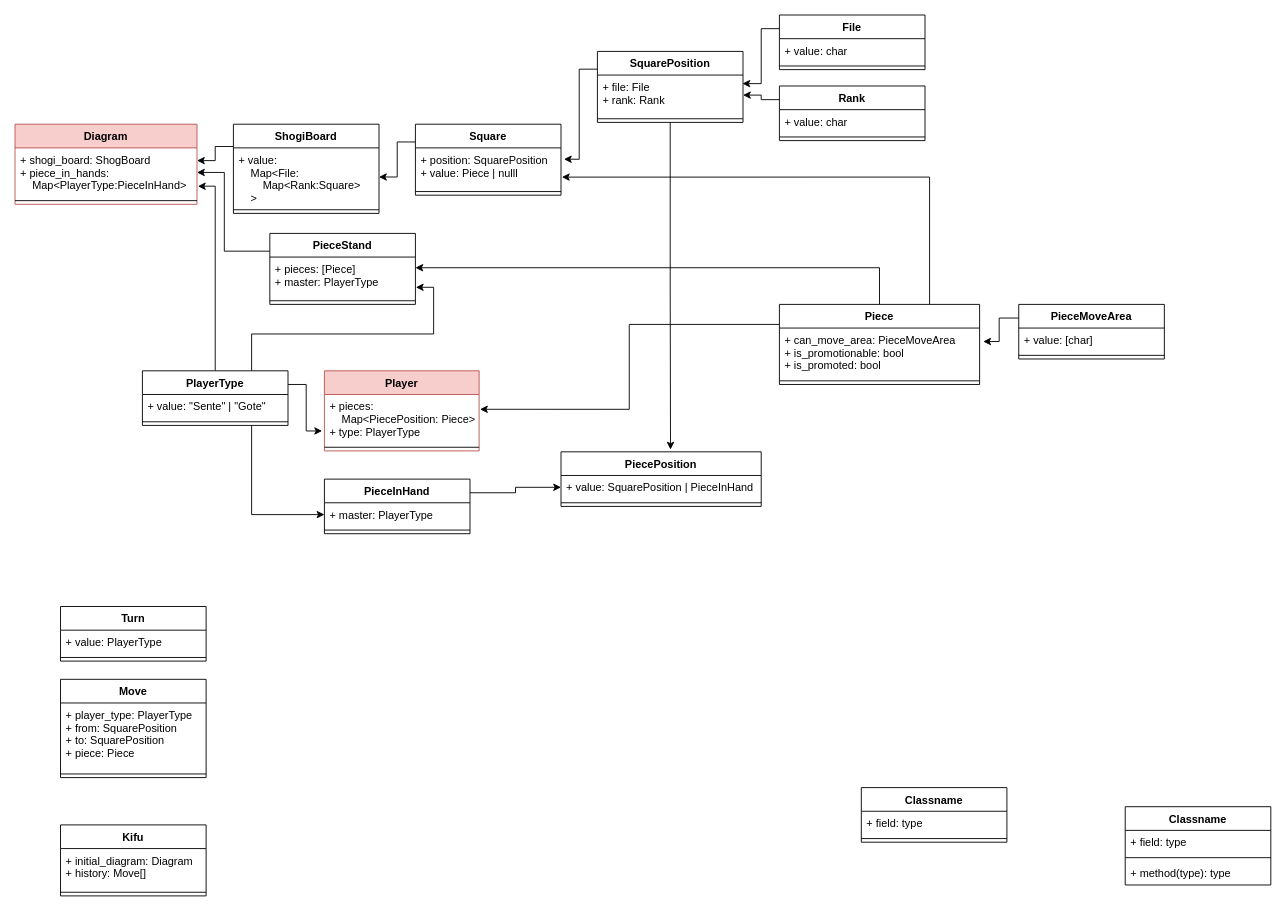
Before: page "クラス図" (4 of 6) of システム関連図.drawio in HaruyaFujimoto/ts-shogi-docs, a draw.io diagram. Source tidied: cells renumbered, new cells numbered last; positions are measured from the earlier drawing's top-left corner, leaving out a move shared by most shapes. Both pictures are drawn from the tidied source at 91%, with x=0, y=0 at pixel (15, 15).
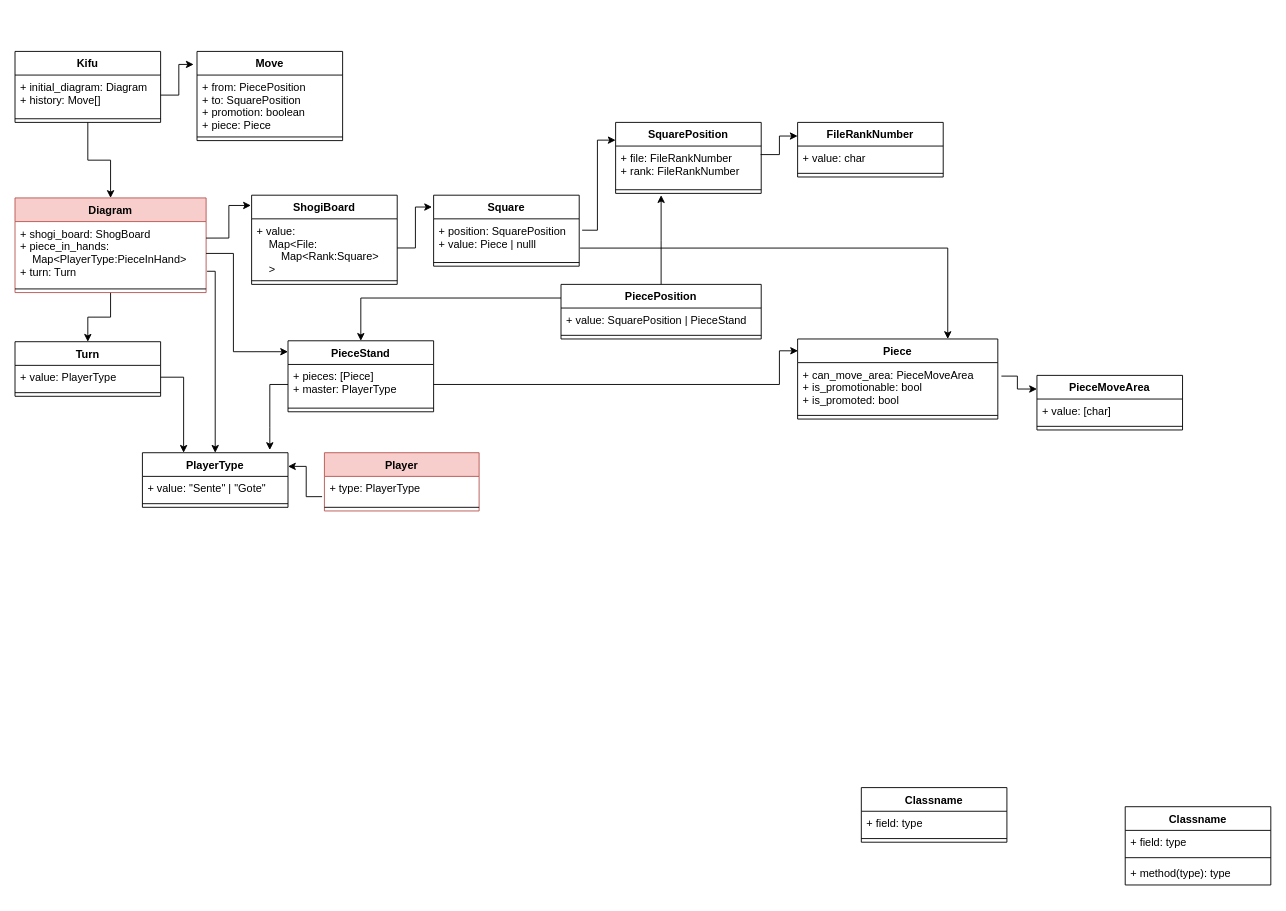
Above is the later version.

Commit message:
Update システム関連図.drawio

The change refers to these unchanged cells:
```xml
<mxCell id="6" value="+ can_move_area: PieceMoveArea&#10;+ is_promotionable: bool&#10;+ is_promoted: bool" style="text;strokeColor=none;fillColor=none;align=left;verticalAlign=top;spacingLeft=4;spacingRight=4;overflow=hidden;points=[[0,0.5],[1,0.5]];portConstraint=eastwest;" parent="5" vertex="1">
  <mxGeometry y="26" width="220" height="54" as="geometry" />
</mxCell>
<mxCell id="10" value="+ value: &#10;    Map&lt;File:&#10;        Map&lt;Rank:Square&gt;&#10;    &gt;" style="text;strokeColor=none;fillColor=none;align=left;verticalAlign=top;spacingLeft=4;spacingRight=4;overflow=hidden;points=[[0,0.5],[1,0.5]];portConstraint=eastwest;" parent="9" vertex="1">
  <mxGeometry y="26" width="160" height="64" as="geometry" />
</mxCell>
<mxCell id="14" value="+ position: SquarePosition&#10;+ value: Piece | nulll" style="text;strokeColor=none;fillColor=none;align=left;verticalAlign=top;spacingLeft=4;spacingRight=4;overflow=hidden;points=[[0,0.5],[1,0.5]];portConstraint=eastwest;" parent="13" vertex="1">
  <mxGeometry y="26" width="160" height="44" as="geometry" />
</mxCell>
<mxCell id="25" value="+ value: PlayerType" style="text;strokeColor=none;fillColor=none;align=left;verticalAlign=top;spacingLeft=4;spacingRight=4;overflow=hidden;points=[[0,0.5],[1,0.5]];portConstraint=eastwest;" parent="24" vertex="1">
  <mxGeometry y="26" width="160" height="26" as="geometry" />
</mxCell>
<mxCell id="29" value="+ pieces: [Piece]&#10;+ master: PlayerType" style="text;strokeColor=none;fillColor=none;align=left;verticalAlign=top;spacingLeft=4;spacingRight=4;overflow=hidden;points=[[0,0.5],[1,0.5]];portConstraint=eastwest;" parent="28" vertex="1">
  <mxGeometry y="26" width="160" height="44" as="geometry" />
</mxCell>
<mxCell id="64" value="+ initial_diagram: Diagram&#10;+ history: Move[]" style="text;strokeColor=none;fillColor=none;align=left;verticalAlign=top;spacingLeft=4;spacingRight=4;overflow=hidden;points=[[0,0.5],[1,0.5]];portConstraint=eastwest;" parent="63" vertex="1">
  <mxGeometry y="26" width="160" height="44" as="geometry" />
</mxCell>
```

Change to the diagram source:
```diff
@@
-    <mxCell id="2" style="edgeStyle=orthogonalEdgeStyle;rounded=0;jettySize=auto;html=1;exitX=0.5;exitY=0;exitDx=0;exitDy=0;entryX=1;entryY=0.266;entryDx=0;entryDy=0;entryPerimeter=0;" parent="1" edge="1" source="5" target="29">
-      <mxGeometry relative="1" as="geometry" />
-    </mxCell>
-    <mxCell id="3" style="edgeStyle=orthogonalEdgeStyle;rounded=0;jettySize=auto;html=1;exitX=0;exitY=0.25;exitDx=0;exitDy=0;entryX=1.006;entryY=0.301;entryDx=0;entryDy=0;entryPerimeter=0;" parent="1" edge="1" source="5" target="32">
-      <mxGeometry relative="1" as="geometry" />
-    </mxCell>
-    <mxCell id="4" style="edgeStyle=orthogonalEdgeStyle;rounded=0;jettySize=auto;html=1;exitX=0.75;exitY=0;exitDx=0;exitDy=0;entryX=1.006;entryY=0.73;entryDx=0;entryDy=0;entryPerimeter=0;" parent="1" edge="1" source="5" target="14">
-      <mxGeometry relative="1" as="geometry" />
-    </mxCell>
     <mxCell id="5" value="Piece" style="swimlane;fontStyle=1;align=center;verticalAlign=top;horizontal=1;startSize=26;" parent="1" vertex="1">
-      <mxGeometry x="840" y="318" width="220" height="88" as="geometry" />
+      <mxGeometry x="860" y="356" width="220" height="88" as="geometry" />
     </mxCell>
@@
-    <mxCell id="8" style="edgeStyle=orthogonalEdgeStyle;rounded=0;jettySize=auto;html=1;exitX=0;exitY=0.25;exitDx=0;exitDy=0;entryX=1;entryY=0.259;entryDx=0;entryDy=0;entryPerimeter=0;" parent="1" edge="1" source="9" target="61">
-      <mxGeometry relative="1" as="geometry" />
-    </mxCell>
     <mxCell id="9" value="ShogiBoard" style="swimlane;fontStyle=1;align=center;verticalAlign=top;horizontal=1;startSize=26;" parent="1" vertex="1">
-      <mxGeometry x="240" y="120" width="160" height="98" as="geometry" />
+      <mxGeometry x="260" y="198" width="160" height="98" as="geometry" />
     </mxCell>
@@
-    <mxCell id="12" style="edgeStyle=orthogonalEdgeStyle;rounded=0;jettySize=auto;html=1;exitX=0;exitY=0.25;exitDx=0;exitDy=0;entryX=1;entryY=0.5;entryDx=0;entryDy=0;" parent="1" edge="1" source="13" target="10">
-      <mxGeometry relative="1" as="geometry" />
-    </mxCell>
     <mxCell id="13" value="Square" style="swimlane;fontStyle=1;align=center;verticalAlign=top;horizontal=1;startSize=26;" parent="1" vertex="1">
-      <mxGeometry x="440" y="120" width="160" height="78" as="geometry" />
+      <mxGeometry x="460" y="198" width="160" height="78" as="geometry" />
     </mxCell>
@@
-    <mxCell id="20" style="edgeStyle=orthogonalEdgeStyle;rounded=0;jettySize=auto;html=1;exitX=0;exitY=0.25;exitDx=0;exitDy=0;entryX=1.018;entryY=0.274;entryDx=0;entryDy=0;entryPerimeter=0;" parent="1" edge="1" source="21" target="6">
-      <mxGeometry relative="1" as="geometry" />
-    </mxCell>
     <mxCell id="21" value="PieceMoveArea" style="swimlane;fontStyle=1;align=center;verticalAlign=top;horizontal=1;startSize=26;" parent="1" vertex="1">
-      <mxGeometry x="1103" y="318" width="160" height="60" as="geometry" />
+      <mxGeometry x="1123" y="396" width="160" height="60" as="geometry" />
     </mxCell>
@@
     <mxCell id="24" value="Turn" style="swimlane;fontStyle=1;align=center;verticalAlign=top;horizontal=1;startSize=26;" parent="1" vertex="1">
-      <mxGeometry x="50" y="650" width="160" height="60" as="geometry" />
+      <mxGeometry y="359" width="160" height="60" as="geometry" />
     </mxCell>
@@
-    <mxCell id="27" style="edgeStyle=orthogonalEdgeStyle;rounded=0;jettySize=auto;html=1;exitX=0;exitY=0.25;exitDx=0;exitDy=0;entryX=1;entryY=0.5;entryDx=0;entryDy=0;" parent="1" edge="1" source="28" target="61">
-      <mxGeometry relative="1" as="geometry">
-        <Array as="points">
-          <mxPoint x="230" y="260" />
-          <mxPoint x="230" y="173" />
-        </Array>
-      </mxGeometry>
-    </mxCell>
     <mxCell id="28" value="PieceStand" style="swimlane;fontStyle=1;align=center;verticalAlign=top;horizontal=1;startSize=26;" parent="1" vertex="1">
-      <mxGeometry x="280" y="240" width="160" height="78" as="geometry" />
+      <mxGeometry x="300" y="358" width="160" height="78" as="geometry" />
     </mxCell>
@@
     <mxCell id="31" value="Player" style="swimlane;fontStyle=1;align=center;verticalAlign=top;horizontal=1;startSize=26;fillColor=#f8cecc;strokeColor=#b85450;" parent="1" vertex="1">
-      <mxGeometry x="340" y="391" width="170" height="88" as="geometry" />
+      <mxGeometry x="340" y="481" width="170" height="64" as="geometry" />
     </mxCell>
-    <mxCell id="32" value="+ pieces:&#10;    Map&lt;PiecePosition: Piece&gt;&#10;+ type: PlayerType" style="text;strokeColor=none;fillColor=none;align=left;verticalAlign=top;spacingLeft=4;spacingRight=4;overflow=hidden;points=[[0,0.5],[1,0.5]];portConstraint=eastwest;" parent="31" vertex="1">
-      <mxGeometry y="26" width="170" height="54" as="geometry" />
+    <mxCell id="32" value="+ type: PlayerType" style="text;strokeColor=none;fillColor=none;align=left;verticalAlign=top;spacingLeft=4;spacingRight=4;overflow=hidden;points=[[0,0.5],[1,0.5]];portConstraint=eastwest;" parent="31" vertex="1">
+      <mxGeometry y="26" width="170" height="30" as="geometry" />
     </mxCell>
     <mxCell id="33" style="line;strokeWidth=1;fillColor=none;align=left;verticalAlign=middle;spacingTop=-1;spacingLeft=3;spacingRight=3;labelPosition=right;" parent="31" vertex="1">
-      <mxGeometry y="80" width="170" height="8" as="geometry" />
+      <mxGeometry y="56" width="170" height="8" as="geometry" />
     </mxCell>
-    <mxCell id="34" style="edgeStyle=orthogonalEdgeStyle;rounded=0;jettySize=auto;html=1;exitX=1;exitY=0.25;exitDx=0;exitDy=0;entryX=-0.015;entryY=0.742;entryDx=0;entryDy=0;entryPerimeter=0;" parent="1" edge="1" source="38" target="32">
-      <mxGeometry relative="1" as="geometry" />
-    </mxCell>
-    <mxCell id="35" style="edgeStyle=orthogonalEdgeStyle;rounded=0;jettySize=auto;html=1;exitX=0.75;exitY=0;exitDx=0;exitDy=0;entryX=1.003;entryY=0.755;entryDx=0;entryDy=0;entryPerimeter=0;" parent="1" edge="1" source="38" target="29">
-      <mxGeometry relative="1" as="geometry" />
-    </mxCell>
-    <mxCell id="36" style="edgeStyle=orthogonalEdgeStyle;rounded=0;jettySize=auto;html=1;exitX=0.5;exitY=0;exitDx=0;exitDy=0;entryX=1.005;entryY=0.78;entryDx=0;entryDy=0;entryPerimeter=0;" parent="1" edge="1" source="38" target="61">
-      <mxGeometry relative="1" as="geometry" />
-    </mxCell>
-    <mxCell id="37" style="edgeStyle=orthogonalEdgeStyle;rounded=0;jettySize=auto;html=1;exitX=0.75;exitY=1;exitDx=0;exitDy=0;entryX=0;entryY=0.5;entryDx=0;entryDy=0;" parent="1" edge="1" source="38" target="71">
-      <mxGeometry relative="1" as="geometry" />
-    </mxCell>
     <mxCell id="38" value="PlayerType" style="swimlane;fontStyle=1;align=center;verticalAlign=top;horizontal=1;startSize=26;" parent="1" vertex="1">
-      <mxGeometry x="140" y="391" width="160" height="60" as="geometry" />
+      <mxGeometry x="140" y="481" width="160" height="60" as="geometry" />
     </mxCell>
@@
     <mxCell id="44" value="Move" style="swimlane;fontStyle=1;align=center;verticalAlign=top;horizontal=1;startSize=26;" parent="1" vertex="1">
-      <mxGeometry x="50" y="730" width="160" height="108" as="geometry" />
+      <mxGeometry x="200" y="40" width="160" height="98" as="geometry" />
     </mxCell>
-    <mxCell id="45" value="+ player_type: PlayerType&#10;+ from: SquarePosition&#10;+ to: SquarePosition&#10;+ piece: Piece" style="text;strokeColor=none;fillColor=none;align=left;verticalAlign=top;spacingLeft=4;spacingRight=4;overflow=hidden;" parent="44" vertex="1">
-      <mxGeometry y="26" width="160" height="74" as="geometry" />
+    <mxCell id="45" value="+ from: PiecePosition&#10;+ to: SquarePosition&#10;+ promotion: boolean&#10;+ piece: Piece" style="text;strokeColor=none;fillColor=none;align=left;verticalAlign=top;spacingLeft=4;spacingRight=4;overflow=hidden;" parent="44" vertex="1">
+      <mxGeometry y="26" width="160" height="64" as="geometry" />
     </mxCell>
     <mxCell id="46" style="line;strokeWidth=1;fillColor=none;align=left;verticalAlign=middle;spacingTop=-1;spacingLeft=3;spacingRight=3;labelPosition=right;" parent="44" vertex="1">
-      <mxGeometry y="100" width="160" height="8" as="geometry" />
+      <mxGeometry y="90" width="160" height="8" as="geometry" />
     </mxCell>
-    <mxCell id="47" style="edgeStyle=orthogonalEdgeStyle;rounded=0;jettySize=auto;html=1;exitX=0;exitY=0.25;exitDx=0;exitDy=0;entryX=1.02;entryY=0.283;entryDx=0;entryDy=0;entryPerimeter=0;" parent="1" edge="1" source="49" target="14">
-      <mxGeometry relative="1" as="geometry" />
-    </mxCell>
-    <mxCell id="48" style="edgeStyle=orthogonalEdgeStyle;rounded=0;jettySize=auto;html=1;exitX=0.5;exitY=1;exitDx=0;exitDy=0;entryX=0.547;entryY=-0.041;entryDx=0;entryDy=0;entryPerimeter=0;" parent="1" edge="1" source="49" target="66">
-      <mxGeometry relative="1" as="geometry" />
-    </mxCell>
     <mxCell id="49" value="SquarePosition" style="swimlane;fontStyle=1;align=center;verticalAlign=top;horizontal=1;startSize=26;" parent="1" vertex="1">
-      <mxGeometry x="640" y="40" width="160" height="78" as="geometry" />
+      <mxGeometry x="660" y="118" width="160" height="78" as="geometry" />
     </mxCell>
-    <mxCell id="50" value="+ file: File&#10;+ rank: Rank" style="text;strokeColor=none;fillColor=none;align=left;verticalAlign=top;spacingLeft=4;spacingRight=4;overflow=hidden;points=[[0,0.5],[1,0.5]];portConstraint=eastwest;" parent="49" vertex="1">
+    <mxCell id="50" value="+ file: FileRankNumber&#10;+ rank: FileRankNumber" style="text;strokeColor=none;fillColor=none;align=left;verticalAlign=top;spacingLeft=4;spacingRight=4;overflow=hidden;points=[[0,0.5],[1,0.5]];portConstraint=eastwest;" parent="49" vertex="1">
       <mxGeometry y="26" width="160" height="44" as="geometry" />
     </mxCell>
@@
-    <mxCell id="52" style="edgeStyle=orthogonalEdgeStyle;rounded=0;jettySize=auto;html=1;exitX=0;exitY=0.25;exitDx=0;exitDy=0;entryX=1;entryY=0.5;entryDx=0;entryDy=0;" parent="1" edge="1" source="53" target="50">
-      <mxGeometry relative="1" as="geometry" />
-    </mxCell>
-    <mxCell id="53" value="Rank" style="swimlane;fontStyle=1;align=center;verticalAlign=top;horizontal=1;startSize=26;" parent="1" vertex="1">
-      <mxGeometry x="840" y="78" width="160" height="60" as="geometry" />
-    </mxCell>
-    <mxCell id="54" value="+ value: char" style="text;strokeColor=none;fillColor=none;align=left;verticalAlign=top;spacingLeft=4;spacingRight=4;overflow=hidden;" parent="53" vertex="1">
-      <mxGeometry y="26" width="160" height="26" as="geometry" />
-    </mxCell>
-    <mxCell id="55" style="line;strokeWidth=1;fillColor=none;align=left;verticalAlign=middle;spacingTop=-1;spacingLeft=3;spacingRight=3;labelPosition=right;" parent="53" vertex="1">
-      <mxGeometry y="52" width="160" height="8" as="geometry" />
-    </mxCell>
-    <mxCell id="56" style="edgeStyle=orthogonalEdgeStyle;rounded=0;jettySize=auto;html=1;exitX=0;exitY=0.25;exitDx=0;exitDy=0;entryX=0.996;entryY=0.213;entryDx=0;entryDy=0;entryPerimeter=0;" parent="1" edge="1" source="57" target="50">
-      <mxGeometry relative="1" as="geometry" />
-    </mxCell>
-    <mxCell id="57" value="File" style="swimlane;fontStyle=1;align=center;verticalAlign=top;horizontal=1;startSize=26;" parent="1" vertex="1">
-      <mxGeometry x="840" width="160" height="60" as="geometry" />
+    <mxCell id="57" value="FileRankNumber" style="swimlane;fontStyle=1;align=center;verticalAlign=top;horizontal=1;startSize=26;" parent="1" vertex="1">
+      <mxGeometry x="860" y="118" width="160" height="60" as="geometry" />
     </mxCell>
@@
+    <mxCell id="73" style="edgeStyle=orthogonalEdgeStyle;rounded=0;jettySize=auto;html=1;exitX=0.5;exitY=1;exitDx=0;exitDy=0;" parent="1" edge="1" source="60" target="24">
+      <mxGeometry relative="1" as="geometry" />
+    </mxCell>
     <mxCell id="60" value="Diagram" style="swimlane;fontStyle=1;align=center;verticalAlign=top;horizontal=1;startSize=26;fillColor=#f8cecc;strokeColor=#b85450;" parent="1" vertex="1">
-      <mxGeometry y="120" width="200" height="88" as="geometry" />
+      <mxGeometry y="201" width="210" height="104" as="geometry" />
     </mxCell>
-    <mxCell id="61" value="+ shogi_board: ShogBoard&#10;+ piece_in_hands:&#10;    Map&lt;PlayerType:PieceInHand&gt;" style="text;strokeColor=none;fillColor=none;align=left;verticalAlign=top;spacingLeft=4;spacingRight=4;overflow=hidden;points=[[0,0.5],[1,0.5]];portConstraint=eastwest;" parent="60" vertex="1">
-      <mxGeometry y="26" width="200" height="54" as="geometry" />
+    <mxCell id="61" value="+ shogi_board: ShogBoard&#10;+ piece_in_hands:&#10;    Map&lt;PlayerType:PieceInHand&gt;&#10;+ turn: Turn" style="text;strokeColor=none;fillColor=none;align=left;verticalAlign=top;spacingLeft=4;spacingRight=4;overflow=hidden;points=[[0,0.5],[1,0.5]];portConstraint=eastwest;" parent="60" vertex="1">
+      <mxGeometry y="26" width="210" height="70" as="geometry" />
     </mxCell>
     <mxCell id="62" style="line;strokeWidth=1;fillColor=none;align=left;verticalAlign=middle;spacingTop=-1;spacingLeft=3;spacingRight=3;labelPosition=right;" parent="60" vertex="1">
-      <mxGeometry y="80" width="200" height="8" as="geometry" />
+      <mxGeometry y="96" width="210" height="8" as="geometry" />
     </mxCell>
+    <mxCell id="74" style="edgeStyle=orthogonalEdgeStyle;rounded=0;jettySize=auto;html=1;exitX=0.5;exitY=1;exitDx=0;exitDy=0;" parent="1" edge="1" source="63" target="60">
+      <mxGeometry relative="1" as="geometry" />
+    </mxCell>
     <mxCell id="63" value="Kifu" style="swimlane;fontStyle=1;align=center;verticalAlign=top;horizontal=1;startSize=26;" parent="1" vertex="1">
-      <mxGeometry x="50" y="890" width="160" height="78" as="geometry" />
+      <mxGeometry y="40" width="160" height="78" as="geometry" />
     </mxCell>
@@
+    <mxCell id="75" style="edgeStyle=orthogonalEdgeStyle;rounded=0;jettySize=auto;html=1;exitX=0;exitY=0.25;exitDx=0;exitDy=0;entryX=0.5;entryY=0;entryDx=0;entryDy=0;" parent="1" edge="1" source="66" target="28">
+      <mxGeometry relative="1" as="geometry" />
+    </mxCell>
+    <mxCell id="76" style="edgeStyle=orthogonalEdgeStyle;rounded=0;jettySize=auto;html=1;exitX=0.5;exitY=0;exitDx=0;exitDy=0;" parent="1" edge="1" source="66">
+      <mxGeometry relative="1" as="geometry">
+        <mxPoint x="710" y="198" as="targetPoint" />
+      </mxGeometry>
+    </mxCell>
     <mxCell id="66" value="PiecePosition" style="swimlane;fontStyle=1;align=center;verticalAlign=top;horizontal=1;startSize=26;" parent="1" vertex="1">
-      <mxGeometry x="600" y="480" width="220" height="60" as="geometry" />
+      <mxGeometry x="600" y="296" width="220" height="60" as="geometry" />
     </mxCell>
-    <mxCell id="67" value="+ value: SquarePosition | PieceInHand" style="text;strokeColor=none;fillColor=none;align=left;verticalAlign=top;spacingLeft=4;spacingRight=4;overflow=hidden;points=[[0,0.5],[1,0.5]];portConstraint=eastwest;" parent="66" vertex="1">
+    <mxCell id="67" value="+ value: SquarePosition | PieceStand" style="text;strokeColor=none;fillColor=none;align=left;verticalAlign=top;spacingLeft=4;spacingRight=4;overflow=hidden;points=[[0,0.5],[1,0.5]];portConstraint=eastwest;" parent="66" vertex="1">
       <mxGeometry y="26" width="220" height="26" as="geometry" />
     </mxCell>
@@
-    <mxCell id="69" style="edgeStyle=orthogonalEdgeStyle;rounded=0;jettySize=auto;html=1;exitX=1;exitY=0.25;exitDx=0;exitDy=0;entryX=0;entryY=0.5;entryDx=0;entryDy=0;" parent="1" edge="1" source="70" target="67">
-      <mxGeometry relative="1" as="geometry" />
-    </mxCell>
-    <mxCell id="70" value="PieceInHand" style="swimlane;fontStyle=1;align=center;verticalAlign=top;horizontal=1;startSize=26;" parent="1" vertex="1">
-      <mxGeometry x="340" y="510" width="160" height="60" as="geometry" />
-    </mxCell>
-    <mxCell id="71" value="+ master: PlayerType" style="text;strokeColor=none;fillColor=none;align=left;verticalAlign=top;spacingLeft=4;spacingRight=4;overflow=hidden;points=[[0,0.5],[1,0.5]];portConstraint=eastwest;" parent="70" vertex="1">
-      <mxGeometry y="26" width="160" height="26" as="geometry" />
-    </mxCell>
-    <mxCell id="72" style="line;strokeWidth=1;fillColor=none;align=left;verticalAlign=middle;spacingTop=-1;spacingLeft=3;spacingRight=3;labelPosition=right;" parent="70" vertex="1">
-      <mxGeometry y="52" width="160" height="8" as="geometry" />
-    </mxCell>
+    <mxCell id="8" style="edgeStyle=orthogonalEdgeStyle;rounded=0;jettySize=auto;html=1;exitX=1;exitY=0.259;exitDx=0;exitDy=0;entryX=-0.005;entryY=0.115;entryDx=0;entryDy=0;exitPerimeter=0;entryPerimeter=0;" parent="1" edge="1" source="61" target="9">
+      <mxGeometry relative="1" as="geometry" />
+    </mxCell>
+    <mxCell id="36" style="edgeStyle=orthogonalEdgeStyle;rounded=0;jettySize=auto;html=1;exitX=1.005;exitY=0.78;exitDx=0;exitDy=0;entryX=0.5;entryY=0;entryDx=0;entryDy=0;exitPerimeter=0;" parent="1" edge="1" source="61" target="38">
+      <mxGeometry relative="1" as="geometry">
+        <Array as="points">
+          <mxPoint x="220" y="282" />
+        </Array>
+      </mxGeometry>
+    </mxCell>
+    <mxCell id="77" style="edgeStyle=orthogonalEdgeStyle;rounded=0;jettySize=auto;html=1;exitX=0;exitY=0.5;exitDx=0;exitDy=0;entryX=0.75;entryY=0;entryDx=0;entryDy=0;" parent="1" edge="1" source="29">
+      <mxGeometry relative="1" as="geometry">
+        <mxPoint x="280" y="478" as="targetPoint" />
+      </mxGeometry>
+    </mxCell>
+    <mxCell id="12" style="edgeStyle=orthogonalEdgeStyle;rounded=0;jettySize=auto;html=1;exitX=1;exitY=0.5;exitDx=0;exitDy=0;entryX=-0.011;entryY=0.167;entryDx=0;entryDy=0;entryPerimeter=0;" parent="1" edge="1" source="10" target="13">
+      <mxGeometry relative="1" as="geometry" />
+    </mxCell>
+    <mxCell id="34" style="edgeStyle=orthogonalEdgeStyle;rounded=0;jettySize=auto;html=1;exitX=-0.015;exitY=0.742;exitDx=0;exitDy=0;entryX=1;entryY=0.25;entryDx=0;entryDy=0;exitPerimeter=0;" parent="1" edge="1" source="32" target="38">
+      <mxGeometry relative="1" as="geometry" />
+    </mxCell>
+    <mxCell id="47" style="edgeStyle=orthogonalEdgeStyle;rounded=0;jettySize=auto;html=1;exitX=1.02;exitY=0.283;exitDx=0;exitDy=0;entryX=0;entryY=0.25;entryDx=0;entryDy=0;exitPerimeter=0;" parent="1" edge="1" source="14" target="49">
+      <mxGeometry relative="1" as="geometry" />
+    </mxCell>
+    <mxCell id="56" style="edgeStyle=orthogonalEdgeStyle;rounded=0;jettySize=auto;html=1;exitX=0.996;exitY=0.213;exitDx=0;exitDy=0;entryX=0;entryY=0.25;entryDx=0;entryDy=0;exitPerimeter=0;" parent="1" edge="1" source="50" target="57">
+      <mxGeometry relative="1" as="geometry" />
+    </mxCell>
+    <mxCell id="4" style="edgeStyle=orthogonalEdgeStyle;rounded=0;jettySize=auto;html=1;exitX=1.006;exitY=0.73;exitDx=0;exitDy=0;entryX=0.75;entryY=0;entryDx=0;entryDy=0;exitPerimeter=0;" parent="1" edge="1" source="14" target="5">
+      <mxGeometry relative="1" as="geometry" />
+    </mxCell>
+    <mxCell id="20" style="edgeStyle=orthogonalEdgeStyle;rounded=0;jettySize=auto;html=1;exitX=1.018;exitY=0.274;exitDx=0;exitDy=0;entryX=0;entryY=0.25;entryDx=0;entryDy=0;exitPerimeter=0;" parent="1" edge="1" source="6" target="21">
+      <mxGeometry relative="1" as="geometry" />
+    </mxCell>
+    <mxCell id="78" style="edgeStyle=orthogonalEdgeStyle;rounded=0;jettySize=auto;html=1;exitX=1;exitY=0.5;exitDx=0;exitDy=0;entryX=0.002;entryY=0.148;entryDx=0;entryDy=0;entryPerimeter=0;" parent="1" edge="1" source="29" target="5">
+      <mxGeometry relative="1" as="geometry">
+        <Array as="points">
+          <mxPoint x="840" y="406" />
+          <mxPoint x="840" y="369" />
+        </Array>
+      </mxGeometry>
+    </mxCell>
+    <mxCell id="79" style="edgeStyle=orthogonalEdgeStyle;rounded=0;jettySize=auto;html=1;exitX=1;exitY=0.5;exitDx=0;exitDy=0;entryX=0.283;entryY=0;entryDx=0;entryDy=0;entryPerimeter=0;" parent="1" edge="1" source="25" target="38">
+      <mxGeometry relative="1" as="geometry" />
+    </mxCell>
+    <mxCell id="80" style="edgeStyle=orthogonalEdgeStyle;rounded=0;jettySize=auto;html=1;exitX=1;exitY=0.5;exitDx=0;exitDy=0;entryX=0;entryY=0.154;entryDx=0;entryDy=0;entryPerimeter=0;" parent="1" edge="1" source="61" target="28">
+      <mxGeometry relative="1" as="geometry">
+        <Array as="points">
+          <mxPoint x="240" y="262" />
+          <mxPoint x="240" y="370" />
+        </Array>
+      </mxGeometry>
+    </mxCell>
+    <mxCell id="81" style="edgeStyle=orthogonalEdgeStyle;rounded=0;jettySize=auto;html=1;entryX=-0.023;entryY=0.146;entryDx=0;entryDy=0;entryPerimeter=0;" parent="1" edge="1" source="64" target="44">
+      <mxGeometry relative="1" as="geometry" />
+    </mxCell>
```
